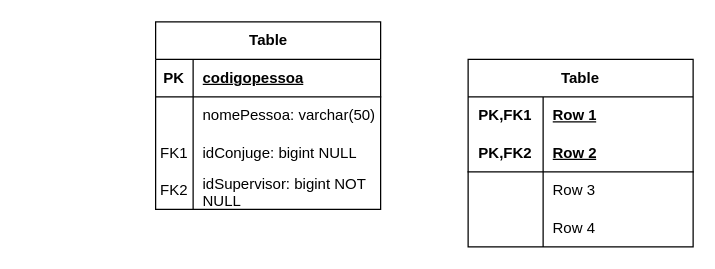
Above: aula_04_09.drawio in GabrielSilvaRodrigues/EngenhariaSoftware (draw.io), before the change. Source tidied: cells renumbered, new cells numbered last; positions are measured from the earlier drawing's top-left corner, leaving out a move shared by most shapes. Both pictures are drawn from the tidied source at 125%, with x=0, y=0 at pixel (155, 21).
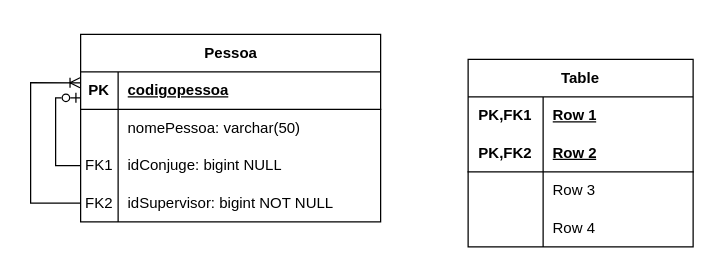
After the change.

The edit, as a diff of the source:
```diff
@@
+    <mxCell id="28" style="edgeStyle=orthogonalEdgeStyle;rounded=0;jettySize=auto;html=1;entryX=0;entryY=0.5;entryDx=0;entryDy=0;startArrow=ERzeroToOne;startFill=0;endArrow=none;endFill=0;exitX=0.001;exitY=0.69;exitDx=0;exitDy=0;exitPerimeter=0;" parent="1" edge="1" source="16" target="22">
+      <mxGeometry relative="1" as="geometry" />
+    </mxCell>
@@
-    <mxCell id="15" value="Table" style="shape=table;startSize=30;childLayout=tableLayout;rowLines=0;fontStyle=1;align=center;html=1;" parent="1" vertex="1">
-      <mxGeometry width="180" height="150" as="geometry" />
+    <mxCell id="15" value="Pessoa" style="shape=table;startSize=30;childLayout=tableLayout;rowLines=0;fontStyle=1;align=center;html=1;" parent="1" vertex="1">
+      <mxGeometry x="-60" y="10" width="240" height="150" as="geometry" />
     </mxCell>
     <mxCell id="16" style="shape=tableRow;horizontal=0;startSize=0;swimlaneHead=0;swimlaneBody=0;fillColor=none;points=[[0,0.5],[1,0.5]];portConstraint=eastwest;top=0;left=0;right=0;bottom=1;" parent="15" vertex="1">
-      <mxGeometry y="30" width="180" height="30" as="geometry" />
+      <mxGeometry y="30" width="240" height="30" as="geometry" />
     </mxCell>
@@
     <mxCell id="18" value="codigopessoa" style="shape=partialRectangle;fillColor=none;top=0;left=0;bottom=0;right=0;align=left;spacingLeft=6;fontStyle=5;overflow=hidden;whiteSpace=wrap;html=1;" parent="16" vertex="1">
-      <mxGeometry x="30" width="150" height="30" as="geometry" />
+      <mxGeometry x="30" width="210" height="30" as="geometry" />
     </mxCell>
     <mxCell id="19" style="shape=tableRow;horizontal=0;startSize=0;swimlaneHead=0;swimlaneBody=0;fillColor=none;top=0;left=0;right=0;bottom=0;" parent="15" vertex="1">
-      <mxGeometry y="60" width="180" height="30" as="geometry" />
+      <mxGeometry y="60" width="240" height="30" as="geometry" />
     </mxCell>
@@
     <mxCell id="21" value="nomePessoa: varchar(50)" style="shape=partialRectangle;fillColor=none;top=0;left=0;bottom=0;right=0;align=left;spacingLeft=6;overflow=hidden;whiteSpace=wrap;html=1;" parent="19" vertex="1">
-      <mxGeometry x="30" width="150" height="30" as="geometry" />
+      <mxGeometry x="30" width="210" height="30" as="geometry" />
     </mxCell>
     <mxCell id="22" style="shape=tableRow;horizontal=0;startSize=0;swimlaneHead=0;swimlaneBody=0;fillColor=none;points=[[0,0.5],[1,0.5]];portConstraint=eastwest;top=0;left=0;right=0;bottom=0;" parent="15" vertex="1">
-      <mxGeometry y="90" width="180" height="30" as="geometry" />
+      <mxGeometry y="90" width="240" height="30" as="geometry" />
     </mxCell>
@@
     <mxCell id="24" value="idConjuge: bigint NULL" style="shape=partialRectangle;fillColor=none;top=0;left=0;bottom=0;right=0;align=left;spacingLeft=6;overflow=hidden;whiteSpace=wrap;html=1;" parent="22" vertex="1">
-      <mxGeometry x="30" width="150" height="30" as="geometry" />
+      <mxGeometry x="30" width="210" height="30" as="geometry" />
     </mxCell>
     <mxCell id="25" style="shape=tableRow;horizontal=0;startSize=0;swimlaneHead=0;swimlaneBody=0;fillColor=none;points=[[0,0.5],[1,0.5]];portConstraint=eastwest;top=0;left=0;right=0;bottom=0;" parent="15" vertex="1">
-      <mxGeometry y="120" width="180" height="30" as="geometry" />
+      <mxGeometry y="120" width="240" height="30" as="geometry" />
     </mxCell>
@@
     <mxCell id="27" value="idSupervisor: bigint NOT NULL" style="shape=partialRectangle;fillColor=none;top=0;left=0;bottom=0;right=0;align=left;spacingLeft=6;overflow=hidden;whiteSpace=wrap;html=1;" parent="25" vertex="1">
-      <mxGeometry x="30" width="150" height="30" as="geometry" />
+      <mxGeometry x="30" width="210" height="30" as="geometry" />
     </mxCell>
+    <mxCell id="29" style="edgeStyle=orthogonalEdgeStyle;rounded=0;jettySize=auto;html=1;entryX=-0.002;entryY=0.291;entryDx=0;entryDy=0;entryPerimeter=0;endArrow=ERoneToMany;endFill=0;" parent="15" edge="1" source="25" target="16">
+      <mxGeometry relative="1" as="geometry">
+        <Array as="points">
+          <mxPoint x="-40" y="135" />
+          <mxPoint x="-40" y="39" />
+        </Array>
+      </mxGeometry>
+    </mxCell>
```
